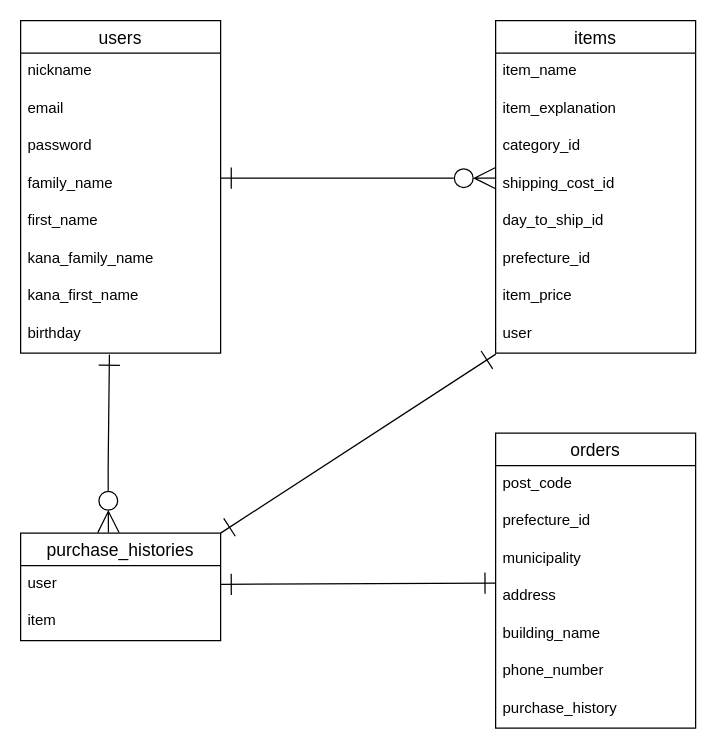
Before: ER.dio in Yoshito21/furima-38911, a draw.io diagram. Source tidied: cells renumbered, new cells numbered last; positions are measured from the earlier drawing's top-left corner, leaving out a move shared by most shapes. Both pictures are drawn from the tidied source at 125%, with x=0, y=0 at pixel (20, 20).
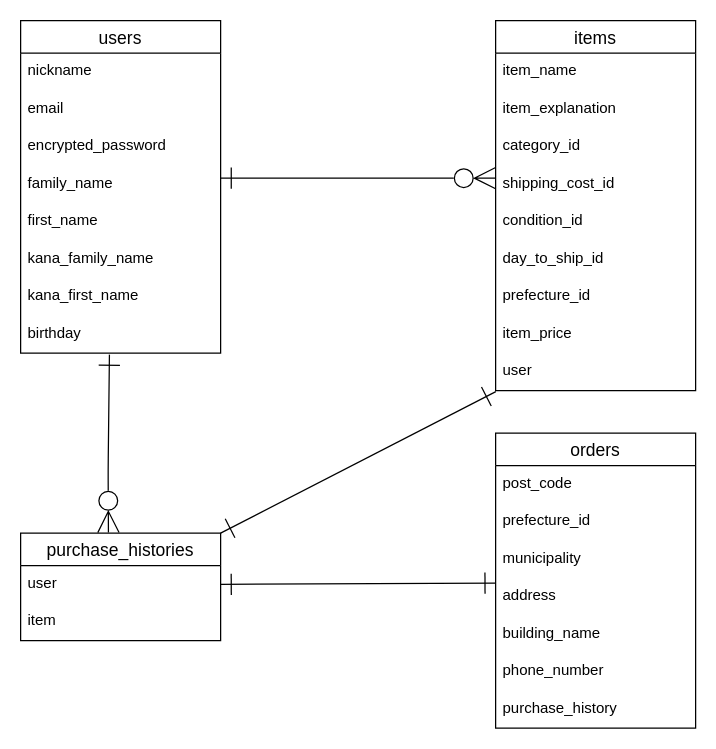
Above is the later version.

Commit message (it also covers changes not shown here):
issue3 DB設計 修正版4

The change refers to these unchanged cells:
```xml
<mxCell id="2" value="users" style="swimlane;fontStyle=0;horizontal=1;startSize=26;align=center;fontSize=14;" parent="1" vertex="1">
  <mxGeometry width="160" height="266" as="geometry" />
</mxCell>
```

Change to the diagram source:
```diff
@@
-    <mxCell id="5" value="password" style="text;strokeColor=none;fillColor=none;spacingLeft=4;spacingRight=4;overflow=hidden;fontSize=12;" parent="2" vertex="1">
+    <mxCell id="5" value="encrypted_password" style="text;strokeColor=none;fillColor=none;spacingLeft=4;spacingRight=4;overflow=hidden;fontSize=12;" parent="2" vertex="1">
       <mxGeometry y="86" width="160" height="30" as="geometry" />
     </mxCell>
@@
     <mxCell id="11" value="items" style="swimlane;fontStyle=0;horizontal=1;startSize=26;align=center;fontSize=14;" parent="1" vertex="1">
-      <mxGeometry x="380" width="160" height="266" as="geometry" />
+      <mxGeometry x="380" width="160" height="296" as="geometry" />
     </mxCell>
@@
+    <mxCell id="35" value="condition_id" style="text;strokeColor=none;fillColor=none;spacingLeft=4;spacingRight=4;overflow=hidden;fontSize=12;" parent="11" vertex="1">
+      <mxGeometry y="146" width="160" height="30" as="geometry" />
+    </mxCell>
     <mxCell id="16" value="day_to_ship_id" style="text;strokeColor=none;fillColor=none;spacingLeft=4;spacingRight=4;overflow=hidden;fontSize=12;" parent="11" vertex="1">
-      <mxGeometry y="146" width="160" height="30" as="geometry" />
+      <mxGeometry y="176" width="160" height="30" as="geometry" />
     </mxCell>
     <mxCell id="17" value="prefecture_id" style="text;strokeColor=none;fillColor=none;spacingLeft=4;spacingRight=4;overflow=hidden;fontSize=12;" parent="11" vertex="1">
-      <mxGeometry y="176" width="160" height="30" as="geometry" />
+      <mxGeometry y="206" width="160" height="30" as="geometry" />
     </mxCell>
     <mxCell id="18" value="item_price" style="text;strokeColor=none;fillColor=none;spacingLeft=4;spacingRight=4;overflow=hidden;fontSize=12;" parent="11" vertex="1">
-      <mxGeometry y="206" width="160" height="30" as="geometry" />
+      <mxGeometry y="236" width="160" height="30" as="geometry" />
     </mxCell>
     <mxCell id="19" value="user" style="text;strokeColor=none;fillColor=none;spacingLeft=4;spacingRight=4;overflow=hidden;points=[[0,0.5],[1,0.5]];portConstraint=eastwest;fontSize=12;" parent="11" vertex="1">
-      <mxGeometry y="236" width="160" height="30" as="geometry" />
+      <mxGeometry y="266" width="160" height="30" as="geometry" />
     </mxCell>
```
